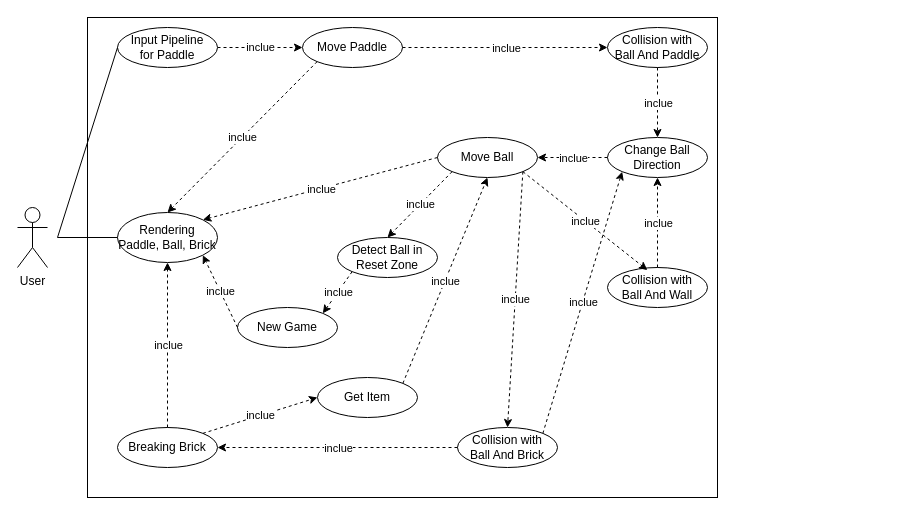
Before: use_case.drawio in YunDamin/DrawIO, a draw.io diagram. Source tidied: cells renumbered, new cells numbered last; positions are measured from the earlier drawing's top-left corner, leaving out a move shared by most shapes. Both pictures are drawn from the tidied source at 100%, with x=0, y=0 at pixel (17, 17).
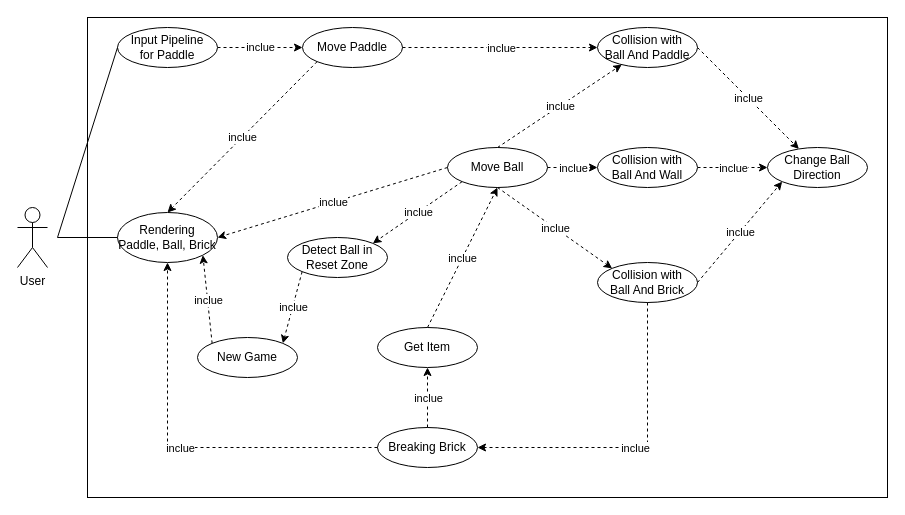
The same diagram, later.

Unchanged cells that the change refers to:
```xml
<mxCell id="6" value="Rendering Paddle, Ball, Brick" style="ellipse;whiteSpace=wrap;html=1;" parent="1" vertex="1">
  <mxGeometry x="100" y="195" width="100" height="50" as="geometry" />
</mxCell>
```

What changed in the source:
```diff
@@
     <mxCell id="3" style="rounded=0;whiteSpace=wrap;html=1;" parent="1" vertex="1">
-      <mxGeometry x="70" width="630" height="480" as="geometry" />
+      <mxGeometry x="70" width="800" height="480" as="geometry" />
     </mxCell>
@@
     <mxCell id="12" value="Collision with&lt;br&gt;Ball And Paddle" style="ellipse;whiteSpace=wrap;html=1;" parent="1" vertex="1">
-      <mxGeometry x="590" y="10" width="100" height="40" as="geometry" />
+      <mxGeometry x="580" y="10" width="100" height="40" as="geometry" />
     </mxCell>
@@
     <mxCell id="15" value="Change Ball&lt;br&gt;Direction" style="ellipse;whiteSpace=wrap;html=1;" parent="1" vertex="1">
-      <mxGeometry x="590" y="120" width="100" height="40" as="geometry" />
+      <mxGeometry x="750" y="130" width="100" height="40" as="geometry" />
     </mxCell>
-    <mxCell id="16" style="endArrow=classic;html=1;rounded=0;exitX=0.5;exitY=1;exitDx=0;exitDy=0;dashed=1;" parent="1" edge="1" source="12" target="15">
+    <mxCell id="16" style="endArrow=classic;html=1;rounded=0;exitX=1;exitY=0.5;exitDx=0;exitDy=0;dashed=1;" parent="1" edge="1" source="12" target="15">
       <mxGeometry relative="1" as="geometry" />
     </mxCell>
@@
-    <mxCell id="18" value="Collision with&lt;br style=&quot;border-color: var(--border-color);&quot;&gt;Ball And Wall" style="ellipse;whiteSpace=wrap;html=1;" parent="1" vertex="1">
-      <mxGeometry x="590" y="250" width="100" height="40" as="geometry" />
-    </mxCell>
-    <mxCell id="19" style="endArrow=classic;html=1;rounded=0;exitX=0.5;exitY=0;exitDx=0;exitDy=0;entryX=0.5;entryY=1;entryDx=0;entryDy=0;dashed=1;" parent="1" edge="1" source="18" target="15">
+    <mxCell id="19" style="endArrow=classic;html=1;rounded=0;exitX=1;exitY=0.5;exitDx=0;exitDy=0;dashed=1;" parent="1" edge="1" source="18" target="15">
       <mxGeometry relative="1" as="geometry" />
     </mxCell>
@@
     <mxCell id="21" value="Move Ball" style="ellipse;whiteSpace=wrap;html=1;" parent="1" vertex="1">
-      <mxGeometry x="420" y="120" width="100" height="40" as="geometry" />
+      <mxGeometry x="430" y="130" width="100" height="40" as="geometry" />
     </mxCell>
-    <mxCell id="22" style="endArrow=classic;html=1;rounded=0;entryX=1;entryY=0.5;entryDx=0;entryDy=0;dashed=1;" parent="1" edge="1" source="15" target="21">
-      <mxGeometry relative="1" as="geometry" />
-    </mxCell>
-    <mxCell id="23" value="inclue" style="edgeLabel;html=1;align=center;verticalAlign=middle;" parent="22" vertex="1">
-      <mxGeometry relative="1" as="geometry" />
-    </mxCell>
-    <mxCell id="24" style="endArrow=classic;html=1;rounded=0;exitX=0;exitY=0.5;exitDx=0;exitDy=0;entryX=1;entryY=0;entryDx=0;entryDy=0;dashed=1;" parent="1" edge="1" source="21" target="6">
+    <mxCell id="24" style="endArrow=classic;html=1;rounded=0;exitX=0;exitY=0.5;exitDx=0;exitDy=0;entryX=1;entryY=0.5;entryDx=0;entryDy=0;dashed=1;" parent="1" edge="1" source="21" target="6">
       <mxGeometry relative="1" as="geometry" />
     </mxCell>
@@
-    <mxCell id="26" style="endArrow=classic;html=1;rounded=0;exitX=1;exitY=1;exitDx=0;exitDy=0;entryX=0.399;entryY=0.065;entryDx=0;entryDy=0;dashed=1;entryPerimeter=0;" parent="1" edge="1" source="21" target="18">
+    <mxCell id="26" style="endArrow=classic;html=1;rounded=0;exitX=1;exitY=0.5;exitDx=0;exitDy=0;dashed=1;entryX=0;entryY=0.5;entryDx=0;entryDy=0;" parent="1" edge="1" source="21" target="18">
       <mxGeometry relative="1" as="geometry" />
     </mxCell>
@@
     <mxCell id="28" value="Collision with&lt;br style=&quot;border-color: var(--border-color);&quot;&gt;Ball And Brick" style="ellipse;whiteSpace=wrap;html=1;" parent="1" vertex="1">
-      <mxGeometry x="440" y="410" width="100" height="40" as="geometry" />
+      <mxGeometry x="580" y="245" width="100" height="40" as="geometry" />
     </mxCell>
-    <mxCell id="29" style="endArrow=classic;html=1;rounded=0;exitX=1;exitY=1;exitDx=0;exitDy=0;entryX=0.5;entryY=0;entryDx=0;entryDy=0;dashed=1;" parent="1" edge="1" source="21" target="28">
+    <mxCell id="29" style="endArrow=classic;html=1;rounded=0;exitX=0.5;exitY=1;exitDx=0;exitDy=0;entryX=0;entryY=0;entryDx=0;entryDy=0;dashed=1;" parent="1" edge="1" source="21" target="28">
       <mxGeometry relative="1" as="geometry" />
     </mxCell>
@@
     <mxCell id="31" value="Breaking Brick" style="ellipse;whiteSpace=wrap;html=1;" parent="1" vertex="1">
-      <mxGeometry x="100" y="410" width="100" height="40" as="geometry" />
+      <mxGeometry x="360" y="410" width="100" height="40" as="geometry" />
     </mxCell>
-    <mxCell id="32" style="endArrow=classic;html=1;rounded=0;exitX=0;exitY=0.5;exitDx=0;exitDy=0;entryX=1;entryY=0.5;entryDx=0;entryDy=0;dashed=1;" parent="1" edge="1" source="28" target="31">
-      <mxGeometry relative="1" as="geometry" />
+    <mxCell id="32" style="endArrow=classic;html=1;rounded=0;exitX=0.5;exitY=1;exitDx=0;exitDy=0;entryX=1;entryY=0.5;entryDx=0;entryDy=0;dashed=1;" parent="1" edge="1" source="28" target="31">
+      <mxGeometry relative="1" as="geometry">
+        <Array as="points">
+          <mxPoint x="630" y="430" />
+        </Array>
+      </mxGeometry>
     </mxCell>
@@
-    <mxCell id="34" style="endArrow=classic;html=1;rounded=0;exitX=0.5;exitY=0;exitDx=0;exitDy=0;entryX=0.5;entryY=1;entryDx=0;entryDy=0;dashed=1;" parent="1" edge="1" source="31" target="6">
-      <mxGeometry relative="1" as="geometry" />
+    <mxCell id="34" style="endArrow=classic;html=1;rounded=0;exitX=0;exitY=0.5;exitDx=0;exitDy=0;entryX=0.5;entryY=1;entryDx=0;entryDy=0;dashed=1;" parent="1" edge="1" source="31" target="6">
+      <mxGeometry relative="1" as="geometry">
+        <Array as="points">
+          <mxPoint x="150" y="430" />
+        </Array>
+      </mxGeometry>
     </mxCell>
@@
     <mxCell id="36" value="Get Item" style="ellipse;whiteSpace=wrap;html=1;" parent="1" vertex="1">
-      <mxGeometry x="300" y="360" width="100" height="40" as="geometry" />
+      <mxGeometry x="360" y="310" width="100" height="40" as="geometry" />
     </mxCell>
-    <mxCell id="37" style="endArrow=classic;html=1;rounded=0;exitX=1;exitY=0;exitDx=0;exitDy=0;entryX=0;entryY=0.5;entryDx=0;entryDy=0;dashed=1;" parent="1" edge="1" source="31" target="36">
+    <mxCell id="37" style="endArrow=classic;html=1;rounded=0;exitX=0.5;exitY=0;exitDx=0;exitDy=0;dashed=1;" parent="1" edge="1" source="31" target="36">
       <mxGeometry relative="1" as="geometry" />
     </mxCell>
@@
-    <mxCell id="39" style="endArrow=classic;html=1;rounded=0;exitX=1;exitY=0;exitDx=0;exitDy=0;entryX=0.5;entryY=1;entryDx=0;entryDy=0;dashed=1;" parent="1" edge="1" source="36" target="21">
+    <mxCell id="39" style="endArrow=classic;html=1;rounded=0;exitX=0.5;exitY=0;exitDx=0;exitDy=0;entryX=0.5;entryY=1;entryDx=0;entryDy=0;dashed=1;" parent="1" edge="1" source="36" target="21">
       <mxGeometry relative="1" as="geometry" />
     </mxCell>
@@
     <mxCell id="41" value="Detect Ball in Reset Zone" style="ellipse;whiteSpace=wrap;html=1;" parent="1" vertex="1">
-      <mxGeometry x="320" y="220" width="100" height="40" as="geometry" />
+      <mxGeometry x="270" y="220" width="100" height="40" as="geometry" />
     </mxCell>
-    <mxCell id="42" style="endArrow=classic;html=1;rounded=0;exitX=0;exitY=1;exitDx=0;exitDy=0;entryX=0.5;entryY=0;entryDx=0;entryDy=0;dashed=1;" parent="1" edge="1" source="21" target="41">
+    <mxCell id="42" style="endArrow=classic;html=1;rounded=0;exitX=0;exitY=1;exitDx=0;exitDy=0;entryX=1;entryY=0;entryDx=0;entryDy=0;dashed=1;" parent="1" edge="1" source="21" target="41">
       <mxGeometry relative="1" as="geometry" />
     </mxCell>
@@
     <mxCell id="44" value="New Game" style="ellipse;whiteSpace=wrap;html=1;" parent="1" vertex="1">
-      <mxGeometry x="220" y="290" width="100" height="40" as="geometry" />
+      <mxGeometry x="180" y="320" width="100" height="40" as="geometry" />
     </mxCell>
@@
-    <mxCell id="47" style="endArrow=classic;html=1;rounded=0;exitX=0;exitY=0.5;exitDx=0;exitDy=0;entryX=1;entryY=1;entryDx=0;entryDy=0;dashed=1;" parent="1" edge="1" source="44" target="6">
+    <mxCell id="47" style="endArrow=classic;html=1;rounded=0;exitX=0;exitY=0;exitDx=0;exitDy=0;entryX=1;entryY=1;entryDx=0;entryDy=0;dashed=1;" parent="1" edge="1" source="44" target="6">
       <mxGeometry relative="1" as="geometry" />
     </mxCell>
@@
-    <mxCell id="49" style="endArrow=classic;html=1;rounded=0;exitX=1;exitY=0;exitDx=0;exitDy=0;entryX=0;entryY=1;entryDx=0;entryDy=0;dashed=1;" parent="1" edge="1" source="28" target="15">
+    <mxCell id="49" style="endArrow=classic;html=1;rounded=0;exitX=1;exitY=0.5;exitDx=0;exitDy=0;entryX=0;entryY=1;entryDx=0;entryDy=0;dashed=1;" parent="1" edge="1" source="28" target="15">
       <mxGeometry relative="1" as="geometry" />
     </mxCell>
@@
+    <mxCell id="51" style="endArrow=classic;html=1;rounded=0;exitX=0.5;exitY=0;exitDx=0;exitDy=0;dashed=1;" parent="1" edge="1" source="21" target="12">
+      <mxGeometry relative="1" as="geometry" />
+    </mxCell>
+    <mxCell id="23" value="inclue" style="edgeLabel;html=1;align=center;verticalAlign=middle;" parent="51" vertex="1">
+      <mxGeometry relative="1" as="geometry" />
+    </mxCell>
+    <mxCell id="18" value="Collision with&lt;br style=&quot;border-color: var(--border-color);&quot;&gt;Ball And Wall" style="ellipse;whiteSpace=wrap;html=1;" parent="1" vertex="1">
+      <mxGeometry x="580" y="130" width="100" height="40" as="geometry" />
+    </mxCell>
```
